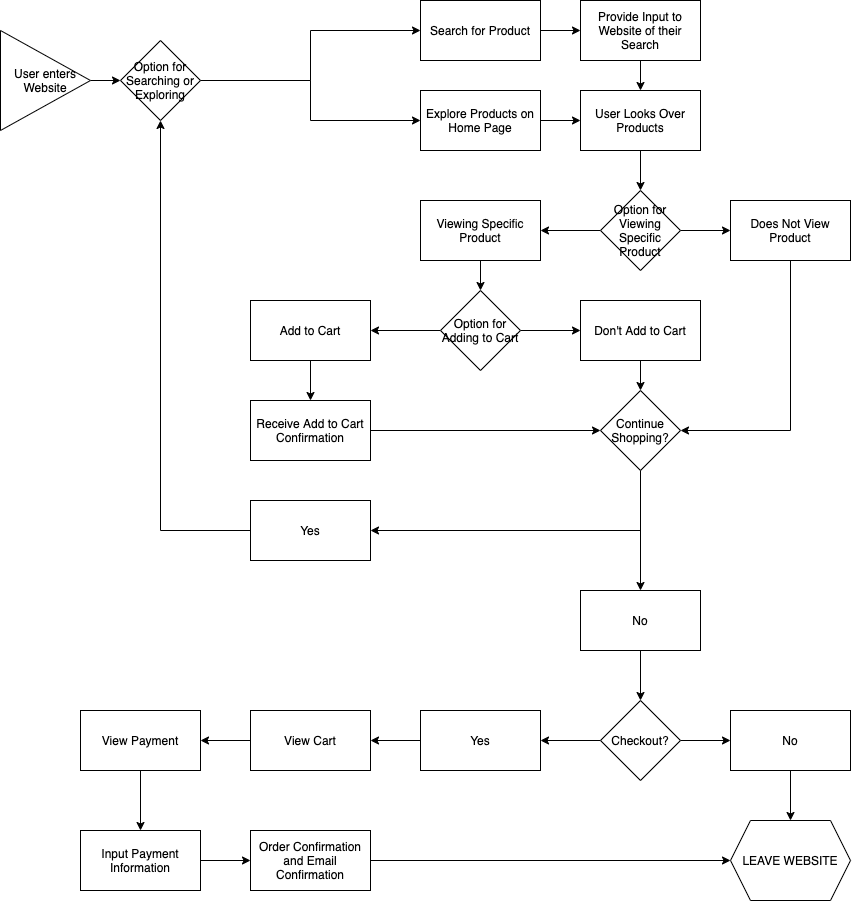
Above: part2/part2.drawio.png in KeithDHo/sp21-cse110-lab4 (draw.io), before the change. Source tidied: cells renumbered, new cells last; positions are measured from the earlier drawing's top-left corner, leaving out a move shared by most shapes. The source it was exported from:
```xml
<mxGraphModel>
  <root>
    <mxCell id="0" />
    <mxCell id="1" parent="0" />
    <mxCell id="2" style="edgeStyle=orthogonalEdgeStyle;rounded=0;jettySize=auto;html=1;exitX=1;exitY=0.5;exitDx=0;exitDy=0;entryX=0;entryY=0.5;entryDx=0;entryDy=0;" parent="1" edge="1" source="3" target="18">
      <mxGeometry relative="1" as="geometry" />
    </mxCell>
    <mxCell id="3" value="User enters Website" style="triangle;whiteSpace=wrap;html=1;" parent="1" vertex="1">
      <mxGeometry y="30" width="90" height="100" as="geometry" />
    </mxCell>
    <mxCell id="4" style="edgeStyle=orthogonalEdgeStyle;rounded=0;jettySize=auto;html=1;exitX=1;exitY=0.5;exitDx=0;exitDy=0;entryX=0;entryY=0.5;entryDx=0;entryDy=0;" parent="1" edge="1" source="5" target="9">
      <mxGeometry relative="1" as="geometry" />
    </mxCell>
    <mxCell id="5" value="Search for Product&lt;br&gt;" style="rounded=0;whiteSpace=wrap;html=1;" parent="1" vertex="1">
      <mxGeometry x="420" width="120" height="60" as="geometry" />
    </mxCell>
    <mxCell id="6" style="edgeStyle=orthogonalEdgeStyle;rounded=0;jettySize=auto;html=1;exitX=1;exitY=0.5;exitDx=0;exitDy=0;entryX=0;entryY=0.5;entryDx=0;entryDy=0;" parent="1" edge="1" source="7" target="11">
      <mxGeometry relative="1" as="geometry" />
    </mxCell>
    <mxCell id="7" value="Explore Products on Home Page" style="rounded=0;whiteSpace=wrap;html=1;" parent="1" vertex="1">
      <mxGeometry x="420" y="90" width="120" height="60" as="geometry" />
    </mxCell>
    <mxCell id="8" style="edgeStyle=orthogonalEdgeStyle;rounded=0;jettySize=auto;html=1;exitX=0.5;exitY=1;exitDx=0;exitDy=0;entryX=0.5;entryY=0;entryDx=0;entryDy=0;" parent="1" edge="1" source="9" target="11">
      <mxGeometry relative="1" as="geometry" />
    </mxCell>
    <mxCell id="9" value="Provide Input to Website of their Search" style="rounded=0;whiteSpace=wrap;html=1;" parent="1" vertex="1">
      <mxGeometry x="580" width="120" height="60" as="geometry" />
    </mxCell>
    <mxCell id="10" style="edgeStyle=orthogonalEdgeStyle;rounded=0;jettySize=auto;html=1;exitX=0.5;exitY=1;exitDx=0;exitDy=0;entryX=0.5;entryY=0;entryDx=0;entryDy=0;" parent="1" edge="1" source="11" target="21">
      <mxGeometry relative="1" as="geometry" />
    </mxCell>
    <mxCell id="11" value="User Looks Over Products" style="rounded=0;whiteSpace=wrap;html=1;" parent="1" vertex="1">
      <mxGeometry x="580" y="90" width="120" height="60" as="geometry" />
    </mxCell>
    <mxCell id="12" style="edgeStyle=orthogonalEdgeStyle;rounded=0;jettySize=auto;html=1;exitX=0.5;exitY=1;exitDx=0;exitDy=0;entryX=0.5;entryY=0;entryDx=0;entryDy=0;" parent="1" edge="1" source="13" target="28">
      <mxGeometry relative="1" as="geometry" />
    </mxCell>
    <mxCell id="13" value="Viewing Specific Product" style="rounded=0;whiteSpace=wrap;html=1;" parent="1" vertex="1">
      <mxGeometry x="420" y="200" width="120" height="60" as="geometry" />
    </mxCell>
    <mxCell id="14" style="edgeStyle=orthogonalEdgeStyle;rounded=0;jettySize=auto;html=1;exitX=0.5;exitY=1;exitDx=0;exitDy=0;entryX=0.5;entryY=0;entryDx=0;entryDy=0;" parent="1" edge="1" source="15" target="25">
      <mxGeometry relative="1" as="geometry" />
    </mxCell>
    <mxCell id="15" value="Add to Cart" style="rounded=0;whiteSpace=wrap;html=1;" parent="1" vertex="1">
      <mxGeometry x="250" y="300" width="120" height="60" as="geometry" />
    </mxCell>
    <mxCell id="16" style="edgeStyle=orthogonalEdgeStyle;rounded=0;jettySize=auto;html=1;exitX=1;exitY=0.5;exitDx=0;exitDy=0;entryX=0;entryY=0.5;entryDx=0;entryDy=0;" parent="1" edge="1" source="18" target="5">
      <mxGeometry relative="1" as="geometry" />
    </mxCell>
    <mxCell id="17" style="edgeStyle=orthogonalEdgeStyle;rounded=0;jettySize=auto;html=1;exitX=1;exitY=0.5;exitDx=0;exitDy=0;entryX=0;entryY=0.5;entryDx=0;entryDy=0;" parent="1" edge="1" source="18" target="7">
      <mxGeometry relative="1" as="geometry" />
    </mxCell>
    <mxCell id="18" value="Option for Searching or Exploring" style="rhombus;whiteSpace=wrap;html=1;" parent="1" vertex="1">
      <mxGeometry x="120" y="40" width="80" height="80" as="geometry" />
    </mxCell>
    <mxCell id="19" style="edgeStyle=orthogonalEdgeStyle;rounded=0;jettySize=auto;html=1;exitX=0;exitY=0.5;exitDx=0;exitDy=0;entryX=1;entryY=0.5;entryDx=0;entryDy=0;" parent="1" edge="1" source="21" target="13">
      <mxGeometry relative="1" as="geometry" />
    </mxCell>
    <mxCell id="20" style="edgeStyle=orthogonalEdgeStyle;rounded=0;jettySize=auto;html=1;exitX=1;exitY=0.5;exitDx=0;exitDy=0;entryX=0;entryY=0.5;entryDx=0;entryDy=0;" parent="1" edge="1" source="21" target="23">
      <mxGeometry relative="1" as="geometry" />
    </mxCell>
    <mxCell id="21" value="Option for Viewing Specific Product" style="rhombus;whiteSpace=wrap;html=1;" parent="1" vertex="1">
      <mxGeometry x="600" y="190" width="80" height="80" as="geometry" />
    </mxCell>
    <mxCell id="22" style="edgeStyle=orthogonalEdgeStyle;rounded=0;jettySize=auto;html=1;exitX=0.5;exitY=1;exitDx=0;exitDy=0;entryX=1;entryY=0.5;entryDx=0;entryDy=0;" parent="1" edge="1" source="23" target="31">
      <mxGeometry relative="1" as="geometry" />
    </mxCell>
    <mxCell id="23" value="Does Not View Product" style="rounded=0;whiteSpace=wrap;html=1;" parent="1" vertex="1">
      <mxGeometry x="730" y="200" width="120" height="60" as="geometry" />
    </mxCell>
    <mxCell id="24" style="edgeStyle=orthogonalEdgeStyle;rounded=0;jettySize=auto;html=1;exitX=1;exitY=0.5;exitDx=0;exitDy=0;entryX=0;entryY=0.5;entryDx=0;entryDy=0;" parent="1" edge="1" source="25" target="31">
      <mxGeometry relative="1" as="geometry" />
    </mxCell>
    <mxCell id="25" value="Receive Add to Cart Confirmation" style="rounded=0;whiteSpace=wrap;html=1;" parent="1" vertex="1">
      <mxGeometry x="250" y="400" width="120" height="60" as="geometry" />
    </mxCell>
    <mxCell id="26" style="edgeStyle=orthogonalEdgeStyle;rounded=0;jettySize=auto;html=1;exitX=0;exitY=0.5;exitDx=0;exitDy=0;entryX=1;entryY=0.5;entryDx=0;entryDy=0;" parent="1" edge="1" source="28" target="15">
      <mxGeometry relative="1" as="geometry" />
    </mxCell>
    <mxCell id="27" style="edgeStyle=orthogonalEdgeStyle;rounded=0;jettySize=auto;html=1;exitX=1;exitY=0.5;exitDx=0;exitDy=0;entryX=0;entryY=0.5;entryDx=0;entryDy=0;" parent="1" edge="1" source="28" target="33">
      <mxGeometry relative="1" as="geometry" />
    </mxCell>
    <mxCell id="28" value="Option for Adding to Cart" style="rhombus;whiteSpace=wrap;html=1;" parent="1" vertex="1">
      <mxGeometry x="440" y="290" width="80" height="80" as="geometry" />
    </mxCell>
    <mxCell id="29" style="edgeStyle=orthogonalEdgeStyle;rounded=0;jettySize=auto;html=1;exitX=0.5;exitY=1;exitDx=0;exitDy=0;entryX=1;entryY=0.5;entryDx=0;entryDy=0;" parent="1" edge="1" source="31" target="35">
      <mxGeometry relative="1" as="geometry" />
    </mxCell>
    <mxCell id="30" style="edgeStyle=orthogonalEdgeStyle;rounded=0;jettySize=auto;html=1;exitX=0.5;exitY=1;exitDx=0;exitDy=0;entryX=0.5;entryY=0;entryDx=0;entryDy=0;" parent="1" edge="1" source="31" target="37">
      <mxGeometry relative="1" as="geometry" />
    </mxCell>
    <mxCell id="31" value="Continue Shopping?" style="rhombus;whiteSpace=wrap;html=1;" parent="1" vertex="1">
      <mxGeometry x="600" y="390" width="80" height="80" as="geometry" />
    </mxCell>
    <mxCell id="32" style="edgeStyle=orthogonalEdgeStyle;rounded=0;jettySize=auto;html=1;exitX=0.5;exitY=1;exitDx=0;exitDy=0;entryX=0.5;entryY=0;entryDx=0;entryDy=0;" parent="1" edge="1" source="33" target="31">
      <mxGeometry relative="1" as="geometry" />
    </mxCell>
    <mxCell id="33" value="Don't Add to Cart" style="rounded=0;whiteSpace=wrap;html=1;" parent="1" vertex="1">
      <mxGeometry x="580" y="300" width="120" height="60" as="geometry" />
    </mxCell>
    <mxCell id="34" style="edgeStyle=orthogonalEdgeStyle;rounded=0;jettySize=auto;html=1;exitX=0;exitY=0.5;exitDx=0;exitDy=0;entryX=0.5;entryY=1;entryDx=0;entryDy=0;" parent="1" edge="1" source="35" target="18">
      <mxGeometry relative="1" as="geometry" />
    </mxCell>
    <mxCell id="35" value="Yes" style="rounded=0;whiteSpace=wrap;html=1;" parent="1" vertex="1">
      <mxGeometry x="250" y="500" width="120" height="60" as="geometry" />
    </mxCell>
    <mxCell id="36" style="edgeStyle=orthogonalEdgeStyle;rounded=0;jettySize=auto;html=1;exitX=0.5;exitY=1;exitDx=0;exitDy=0;entryX=0.5;entryY=0;entryDx=0;entryDy=0;" parent="1" edge="1" source="37" target="40">
      <mxGeometry relative="1" as="geometry" />
    </mxCell>
    <mxCell id="37" value="No" style="rounded=0;whiteSpace=wrap;html=1;" parent="1" vertex="1">
      <mxGeometry x="580" y="590" width="120" height="60" as="geometry" />
    </mxCell>
    <mxCell id="38" style="edgeStyle=orthogonalEdgeStyle;rounded=0;jettySize=auto;html=1;exitX=1;exitY=0.5;exitDx=0;exitDy=0;entryX=0;entryY=0.5;entryDx=0;entryDy=0;" parent="1" edge="1" source="40" target="42">
      <mxGeometry relative="1" as="geometry" />
    </mxCell>
    <mxCell id="39" style="edgeStyle=orthogonalEdgeStyle;rounded=0;jettySize=auto;html=1;exitX=0;exitY=0.5;exitDx=0;exitDy=0;entryX=1;entryY=0.5;entryDx=0;entryDy=0;" parent="1" edge="1" source="40" target="45">
      <mxGeometry relative="1" as="geometry" />
    </mxCell>
    <mxCell id="40" value="Checkout?" style="rhombus;whiteSpace=wrap;html=1;" parent="1" vertex="1">
      <mxGeometry x="600" y="700" width="80" height="80" as="geometry" />
    </mxCell>
    <mxCell id="41" style="edgeStyle=orthogonalEdgeStyle;rounded=0;jettySize=auto;html=1;exitX=0.5;exitY=1;exitDx=0;exitDy=0;entryX=0.5;entryY=0;entryDx=0;entryDy=0;" parent="1" edge="1" source="42" target="43">
      <mxGeometry relative="1" as="geometry" />
    </mxCell>
    <mxCell id="42" value="No" style="rounded=0;whiteSpace=wrap;html=1;" parent="1" vertex="1">
      <mxGeometry x="730" y="710" width="120" height="60" as="geometry" />
    </mxCell>
    <mxCell id="43" value="LEAVE WEBSITE" style="shape=hexagon;perimeter=hexagonPerimeter2;whiteSpace=wrap;html=1;fixedSize=1;" parent="1" vertex="1">
      <mxGeometry x="730" y="820" width="120" height="80" as="geometry" />
    </mxCell>
    <mxCell id="44" style="edgeStyle=orthogonalEdgeStyle;rounded=0;jettySize=auto;html=1;exitX=0;exitY=0.5;exitDx=0;exitDy=0;entryX=1;entryY=0.5;entryDx=0;entryDy=0;" parent="1" edge="1" source="45" target="47">
      <mxGeometry relative="1" as="geometry" />
    </mxCell>
    <mxCell id="45" value="Yes" style="rounded=0;whiteSpace=wrap;html=1;" parent="1" vertex="1">
      <mxGeometry x="420" y="710" width="120" height="60" as="geometry" />
    </mxCell>
    <mxCell id="46" style="edgeStyle=orthogonalEdgeStyle;rounded=0;jettySize=auto;html=1;exitX=0;exitY=0.5;exitDx=0;exitDy=0;entryX=1;entryY=0.5;entryDx=0;entryDy=0;" parent="1" edge="1" source="47" target="49">
      <mxGeometry relative="1" as="geometry" />
    </mxCell>
    <mxCell id="47" value="View Cart" style="rounded=0;whiteSpace=wrap;html=1;" parent="1" vertex="1">
      <mxGeometry x="250" y="710" width="120" height="60" as="geometry" />
    </mxCell>
    <mxCell id="48" style="edgeStyle=orthogonalEdgeStyle;rounded=0;jettySize=auto;html=1;exitX=0.5;exitY=1;exitDx=0;exitDy=0;entryX=0.5;entryY=0;entryDx=0;entryDy=0;" parent="1" edge="1" source="49" target="51">
      <mxGeometry relative="1" as="geometry" />
    </mxCell>
    <mxCell id="49" value="View Payment" style="rounded=0;whiteSpace=wrap;html=1;" parent="1" vertex="1">
      <mxGeometry x="80" y="710" width="120" height="60" as="geometry" />
    </mxCell>
    <mxCell id="50" style="edgeStyle=orthogonalEdgeStyle;rounded=0;jettySize=auto;html=1;exitX=1;exitY=0.5;exitDx=0;exitDy=0;entryX=0;entryY=0.5;entryDx=0;entryDy=0;" parent="1" edge="1" source="51" target="53">
      <mxGeometry relative="1" as="geometry" />
    </mxCell>
    <mxCell id="51" value="Input Payment Information" style="rounded=0;whiteSpace=wrap;html=1;" parent="1" vertex="1">
      <mxGeometry x="80" y="830" width="120" height="60" as="geometry" />
    </mxCell>
    <mxCell id="52" style="edgeStyle=orthogonalEdgeStyle;rounded=0;jettySize=auto;html=1;exitX=1;exitY=0.5;exitDx=0;exitDy=0;" parent="1" edge="1" source="53" target="43">
      <mxGeometry relative="1" as="geometry" />
    </mxCell>
    <mxCell id="53" value="Order Confirmation and Email Confirmation" style="rounded=0;whiteSpace=wrap;html=1;" parent="1" vertex="1">
      <mxGeometry x="250" y="830" width="120" height="60" as="geometry" />
    </mxCell>
  </root>
</mxGraphModel>
```
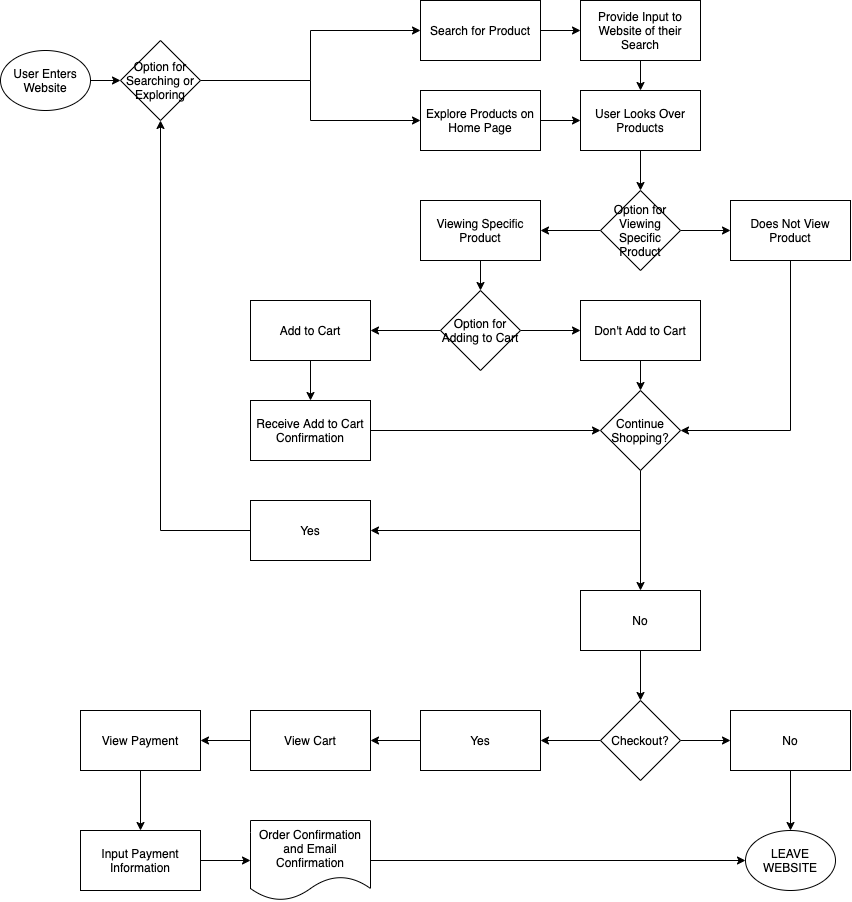
Above is the later version.

Commit message:
Fixed Flowchart Conventions

What changed in the source:
```diff
@@ -2,12 +2,11 @@
   <root>
     <mxCell id="0" />
     <mxCell id="1" parent="0" />
-    <mxCell id="2" style="edgeStyle=orthogonalEdgeStyle;rounded=0;jettySize=auto;html=1;exitX=1;exitY=0.5;exitDx=0;exitDy=0;entryX=0;entryY=0.5;entryDx=0;entryDy=0;" parent="1" edge="1" source="3" target="18">
-      <mxGeometry relative="1" as="geometry" />
+    <mxCell id="2" style="edgeStyle=orthogonalEdgeStyle;rounded=0;jettySize=auto;html=1;exitX=1;exitY=0.5;exitDx=0;exitDy=0;entryX=0;entryY=0.5;entryDx=0;entryDy=0;" parent="1" edge="1" target="18">
+      <mxGeometry relative="1" as="geometry">
+        <mxPoint x="90" y="80" as="sourcePoint" />
+      </mxGeometry>
     </mxCell>
-    <mxCell id="3" value="User enters Website" style="triangle;whiteSpace=wrap;html=1;" parent="1" vertex="1">
-      <mxGeometry y="30" width="90" height="100" as="geometry" />
-    </mxCell>
     <mxCell id="4" style="edgeStyle=orthogonalEdgeStyle;rounded=0;jettySize=auto;html=1;exitX=1;exitY=0.5;exitDx=0;exitDy=0;entryX=0;entryY=0.5;entryDx=0;entryDy=0;" parent="1" edge="1" source="5" target="9">
       <mxGeometry relative="1" as="geometry" />
     </mxCell>
@@ -125,9 +124,6 @@
     <mxCell id="42" value="No" style="rounded=0;whiteSpace=wrap;html=1;" parent="1" vertex="1">
       <mxGeometry x="730" y="710" width="120" height="60" as="geometry" />
     </mxCell>
-    <mxCell id="43" value="LEAVE WEBSITE" style="shape=hexagon;perimeter=hexagonPerimeter2;whiteSpace=wrap;html=1;fixedSize=1;" parent="1" vertex="1">
-      <mxGeometry x="730" y="820" width="120" height="80" as="geometry" />
-    </mxCell>
     <mxCell id="44" style="edgeStyle=orthogonalEdgeStyle;rounded=0;jettySize=auto;html=1;exitX=0;exitY=0.5;exitDx=0;exitDy=0;entryX=1;entryY=0.5;entryDx=0;entryDy=0;" parent="1" edge="1" source="45" target="47">
       <mxGeometry relative="1" as="geometry" />
     </mxCell>
@@ -146,17 +142,25 @@
     <mxCell id="49" value="View Payment" style="rounded=0;whiteSpace=wrap;html=1;" parent="1" vertex="1">
       <mxGeometry x="80" y="710" width="120" height="60" as="geometry" />
     </mxCell>
-    <mxCell id="50" style="edgeStyle=orthogonalEdgeStyle;rounded=0;jettySize=auto;html=1;exitX=1;exitY=0.5;exitDx=0;exitDy=0;entryX=0;entryY=0.5;entryDx=0;entryDy=0;" parent="1" edge="1" source="51" target="53">
-      <mxGeometry relative="1" as="geometry" />
+    <mxCell id="50" style="edgeStyle=orthogonalEdgeStyle;rounded=0;jettySize=auto;html=1;exitX=1;exitY=0.5;exitDx=0;exitDy=0;entryX=0;entryY=0.5;entryDx=0;entryDy=0;" parent="1" edge="1" source="51">
+      <mxGeometry relative="1" as="geometry">
+        <mxPoint x="250" y="860" as="targetPoint" />
+      </mxGeometry>
     </mxCell>
     <mxCell id="51" value="Input Payment Information" style="rounded=0;whiteSpace=wrap;html=1;" parent="1" vertex="1">
       <mxGeometry x="80" y="830" width="120" height="60" as="geometry" />
     </mxCell>
+    <mxCell id="54" value="User Enters Website" style="ellipse;whiteSpace=wrap;html=1;" parent="1" vertex="1">
+      <mxGeometry y="50" width="90" height="60" as="geometry" />
+    </mxCell>
+    <mxCell id="43" value="LEAVE WEBSITE" style="ellipse;whiteSpace=wrap;html=1;" parent="1" vertex="1">
+      <mxGeometry x="745" y="830" width="90" height="60" as="geometry" />
+    </mxCell>
     <mxCell id="52" style="edgeStyle=orthogonalEdgeStyle;rounded=0;jettySize=auto;html=1;exitX=1;exitY=0.5;exitDx=0;exitDy=0;" parent="1" edge="1" source="53" target="43">
       <mxGeometry relative="1" as="geometry" />
     </mxCell>
-    <mxCell id="53" value="Order Confirmation and Email Confirmation" style="rounded=0;whiteSpace=wrap;html=1;" parent="1" vertex="1">
-      <mxGeometry x="250" y="830" width="120" height="60" as="geometry" />
+    <mxCell id="53" value="&lt;span&gt;Order Confirmation and Email Confirmation&lt;/span&gt;" style="shape=document;whiteSpace=wrap;html=1;boundedLbl=1;" parent="1" vertex="1">
+      <mxGeometry x="250" y="820" width="120" height="80" as="geometry" />
     </mxCell>
   </root>
 </mxGraphModel>
```
